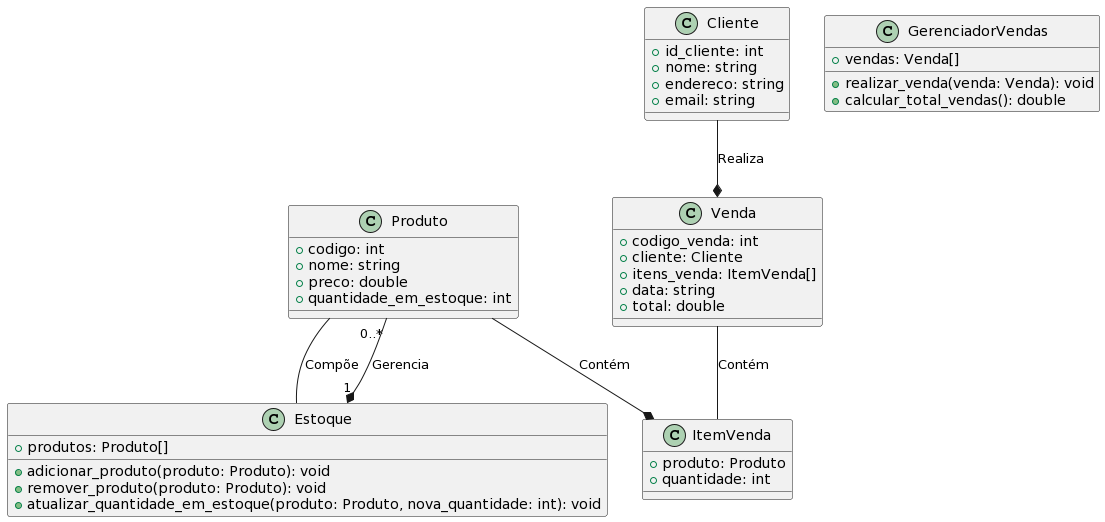
VitorSquina/Especificacao-Sistema keeps this PlantUML diagram as modelo de classes.png. Above is the earlier version.
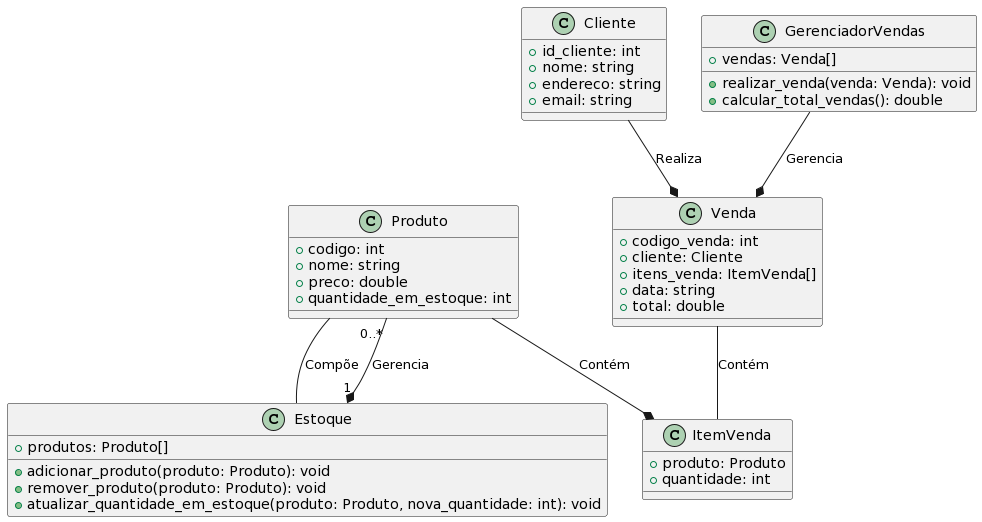
After the commit.

Diff of the diagram source:
```diff
@@ -44,4 +44,5 @@
 Produto -- Estoque : Compõe
 Venda -- ItemVenda : Contém
 Estoque "1" *-- "0..*" Produto : Gerencia
+GerenciadorVendas --* Venda : Gerencia
 @enduml
```
